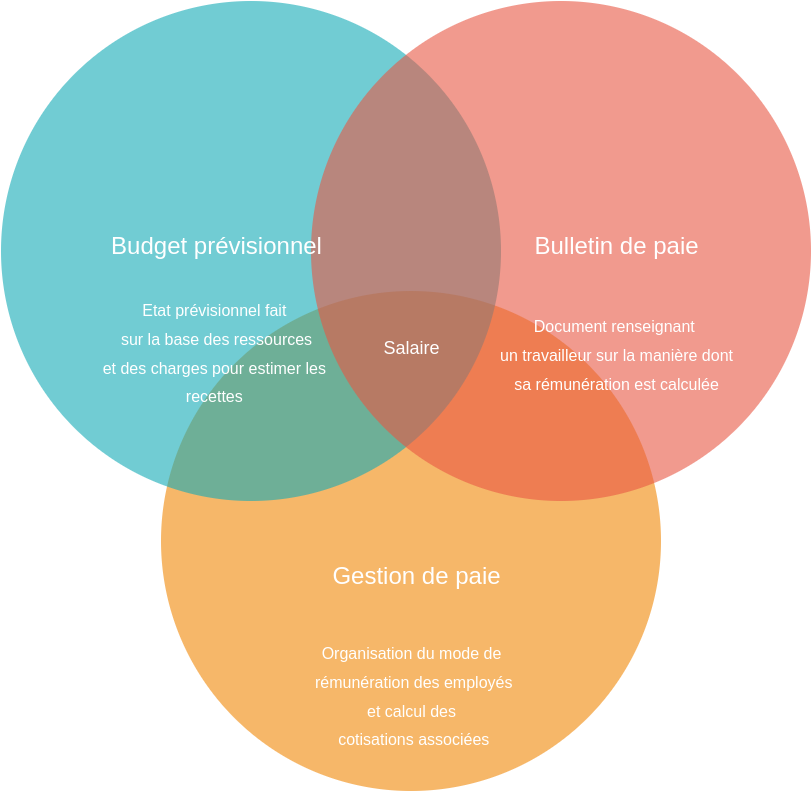
Above: resources/diagrams/venn_concepts.drawio.png in Pericles001/oprs_payroll_system (draw.io), before the change. Source tidied: cells renumbered, new cells last; positions are measured from the earlier drawing's top-left corner, leaving out a move shared by most shapes.
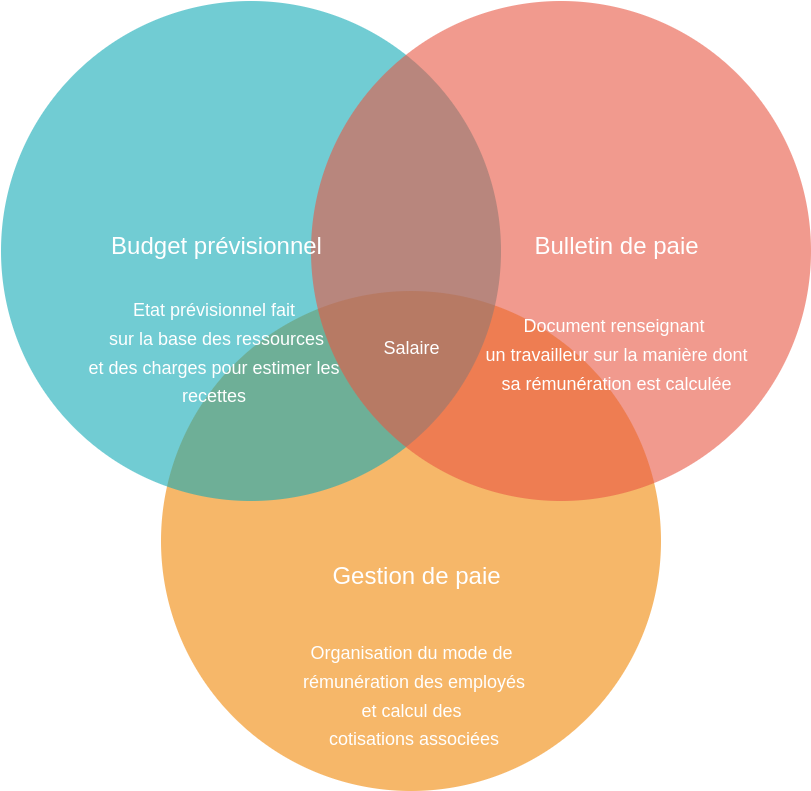
After the change.

Change to the diagram source:
```diff
@@ -23,13 +23,13 @@
     <mxCell id="8" value="&lt;font style=&quot;font-size: 18px&quot;&gt;Salaire&lt;/font&gt;" style="text;align=center;html=1;fontColor=#FFFFFF;fontSize=16;" parent="1" vertex="1">
       <mxGeometry x="389.5" y="330.5" width="40" height="40" as="geometry" />
     </mxCell>
-    <mxCell id="9" value="&lt;font style=&quot;font-size: 16px&quot;&gt;Organisation du mode de&lt;br&gt;&amp;nbsp;rémunération des employés&lt;br&gt;et&amp;nbsp;calcul des&lt;br&gt;&amp;nbsp;cotisations associées&lt;br&gt;&lt;/font&gt;" style="text;fontSize=24;align=center;verticalAlign=middle;html=1;fontColor=#FFFFFF;" parent="1" vertex="1">
+    <mxCell id="9" value="&lt;font style=&quot;font-size: 18px&quot;&gt;Organisation du mode de&lt;br&gt;&amp;nbsp;rémunération des employés&lt;br&gt;et&amp;nbsp;calcul des&lt;br&gt;&amp;nbsp;cotisations associées&lt;br&gt;&lt;/font&gt;" style="text;fontSize=24;align=center;verticalAlign=middle;html=1;fontColor=#FFFFFF;" parent="1" vertex="1">
       <mxGeometry x="314.2" y="642" width="190.5" height="104" as="geometry" />
     </mxCell>
-    <mxCell id="10" value="&lt;span style=&quot;font-size: 16px&quot;&gt;Etat prévisionnel fait&amp;nbsp;&lt;br&gt;sur la base des ressources&lt;br&gt;et des charges pour estimer les&amp;nbsp;&lt;br&gt;recettes&amp;nbsp;&lt;br&gt;&lt;/span&gt;" style="text;fontSize=24;align=center;verticalAlign=middle;html=1;fontColor=#FFFFFF;" parent="1" vertex="1">
+    <mxCell id="10" value="&lt;span style=&quot;font-size: 18px&quot;&gt;Etat prévisionnel fait&amp;nbsp;&lt;br&gt;sur la base des ressources&lt;br&gt;et des charges pour estimer les&amp;nbsp;&lt;br&gt;recettes&amp;nbsp;&lt;br&gt;&lt;/span&gt;" style="text;fontSize=24;align=center;verticalAlign=middle;html=1;fontColor=#FFFFFF;" parent="1" vertex="1">
       <mxGeometry x="119.5" y="315.5" width="190" height="70" as="geometry" />
     </mxCell>
-    <mxCell id="11" value="&lt;font style=&quot;font-size: 16px&quot;&gt;Document renseignant &lt;br&gt;un travailleur sur la manière dont&lt;br&gt;sa rémunération est calculée&lt;br&gt;&lt;br&gt;&lt;/font&gt;" style="text;fontSize=24;align=center;verticalAlign=middle;html=1;fontColor=#FFFFFF;" parent="1" vertex="1">
+    <mxCell id="11" value="&lt;font style=&quot;font-size: 18px&quot;&gt;Document renseignant &lt;br&gt;un travailleur sur la manière dont&lt;br&gt;sa rémunération est calculée&lt;br&gt;&lt;br&gt;&lt;/font&gt;" style="text;fontSize=24;align=center;verticalAlign=middle;html=1;fontColor=#FFFFFF;" parent="1" vertex="1">
       <mxGeometry x="519.5" y="332" width="190" height="70" as="geometry" />
     </mxCell>
   </root>
```
